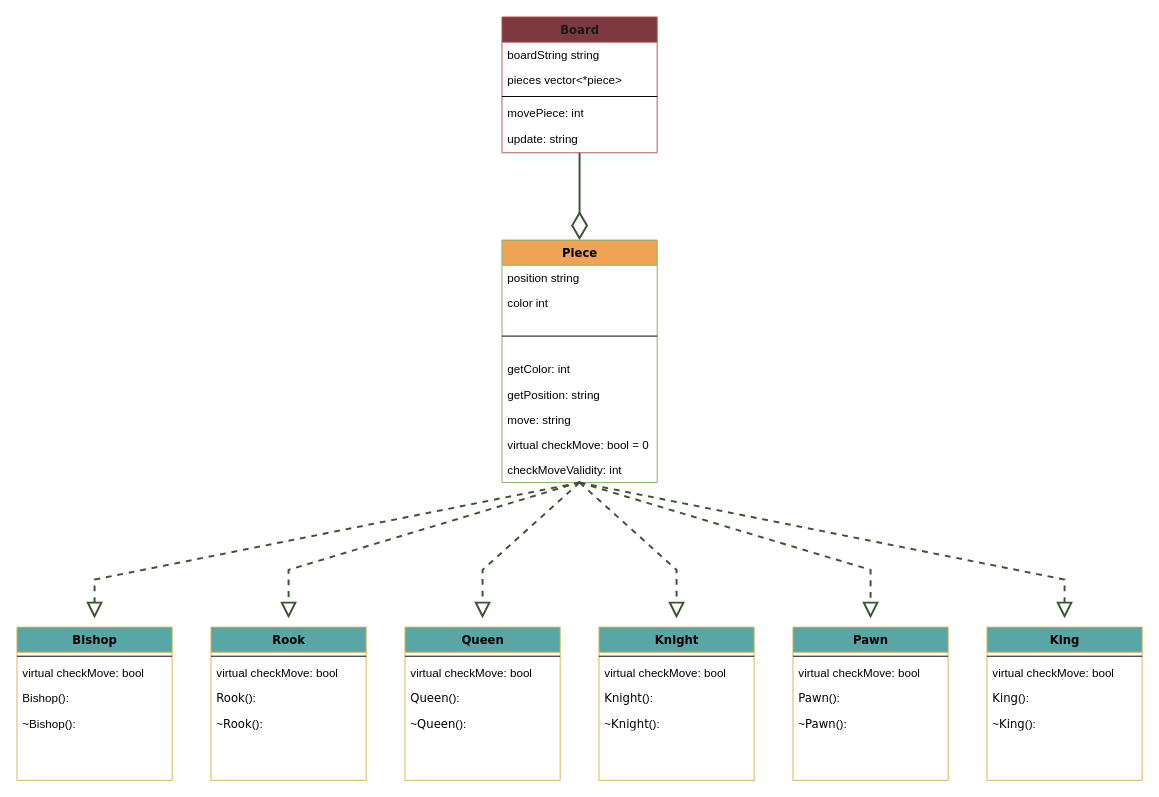
The draw.io diagram UML.drawio in yolo102938/Chess-Project, before the edit. Source tidied: cells renumbered, new cells numbered last; positions are measured from the earlier drawing's top-left corner, leaving out a move shared by most shapes. Both pictures are drawn from the tidied source at 97%, with x=0, y=0 at pixel (16, 16).
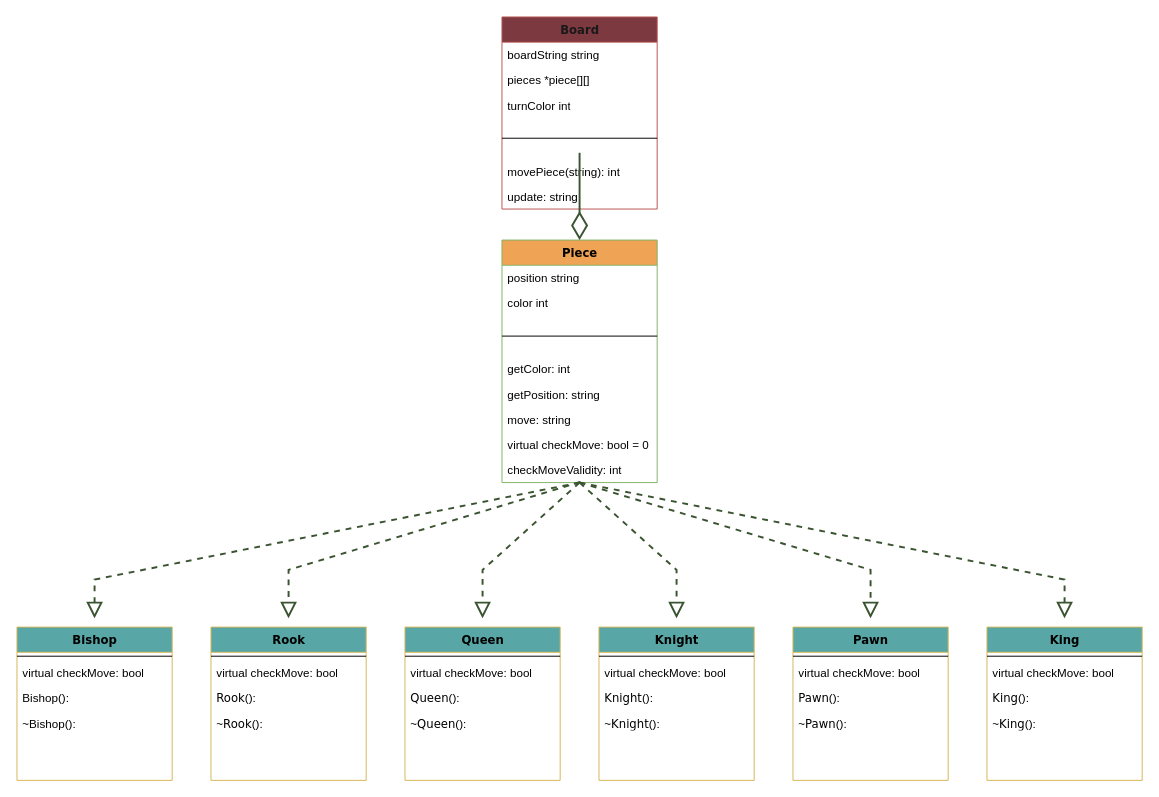
After the change.

The edit, as a diff of the source:
```diff
@@
     <mxCell id="2" value="&lt;font color=&quot;#191919&quot;&gt;Board&lt;/font&gt;" style="swimlane;html=1;fontStyle=1;align=center;verticalAlign=top;horizontal=1;startSize=26;swimlaneFillColor=#ffffff;rounded=0;shadow=0;comic=0;labelBackgroundColor=none;strokeWidth=1;fillColor=#7D3940;fontFamily=Verdana;fontSize=12;strokeColor=#b85450;" parent="1" vertex="1">
-      <mxGeometry x="500" width="160" height="140" as="geometry" />
+      <mxGeometry x="500" width="160" height="198" as="geometry" />
     </mxCell>
@@
-    <mxCell id="4" value="pieces vector&amp;lt;*piece&amp;gt;&amp;nbsp;" style="text;html=1;strokeColor=none;fillColor=none;align=left;verticalAlign=top;spacingLeft=4;spacingRight=4;whiteSpace=wrap;overflow=hidden;" parent="2" vertex="1">
+    <mxCell id="4" value="pieces *piece[][]" style="text;html=1;strokeColor=none;fillColor=none;align=left;verticalAlign=top;spacingLeft=4;spacingRight=4;whiteSpace=wrap;overflow=hidden;" parent="2" vertex="1">
       <mxGeometry y="52" width="160" height="26" as="geometry" />
     </mxCell>
+    <mxCell id="54" value="turnColor int" style="text;html=1;strokeColor=none;fillColor=none;align=left;verticalAlign=top;spacingLeft=4;spacingRight=4;whiteSpace=wrap;overflow=hidden;" parent="2" vertex="1">
+      <mxGeometry y="78" width="160" height="26" as="geometry" />
+    </mxCell>
     <mxCell id="5" style="line;html=1;strokeWidth=1;fillColor=none;align=left;verticalAlign=middle;spacingTop=-1;spacingLeft=3;spacingRight=3;labelPosition=right;" parent="2" vertex="1">
-      <mxGeometry y="78" width="160" height="8" as="geometry" />
+      <mxGeometry y="104" width="160" height="42" as="geometry" />
     </mxCell>
-    <mxCell id="6" value="movePiece: int" style="text;html=1;strokeColor=none;fillColor=none;align=left;verticalAlign=top;spacingLeft=4;spacingRight=4;whiteSpace=wrap;overflow=hidden;" parent="2" vertex="1">
-      <mxGeometry y="86" width="160" height="26" as="geometry" />
+    <mxCell id="6" value="movePiece(string): int" style="text;html=1;strokeColor=none;fillColor=none;align=left;verticalAlign=top;spacingLeft=4;spacingRight=4;whiteSpace=wrap;overflow=hidden;" parent="2" vertex="1">
+      <mxGeometry y="146" width="160" height="26" as="geometry" />
     </mxCell>
     <mxCell id="7" value="update: string" style="text;html=1;strokeColor=none;fillColor=none;align=left;verticalAlign=top;spacingLeft=4;spacingRight=4;whiteSpace=wrap;overflow=hidden;" parent="2" vertex="1">
-      <mxGeometry y="112" width="160" height="26" as="geometry" />
+      <mxGeometry y="172" width="160" height="26" as="geometry" />
     </mxCell>
```
